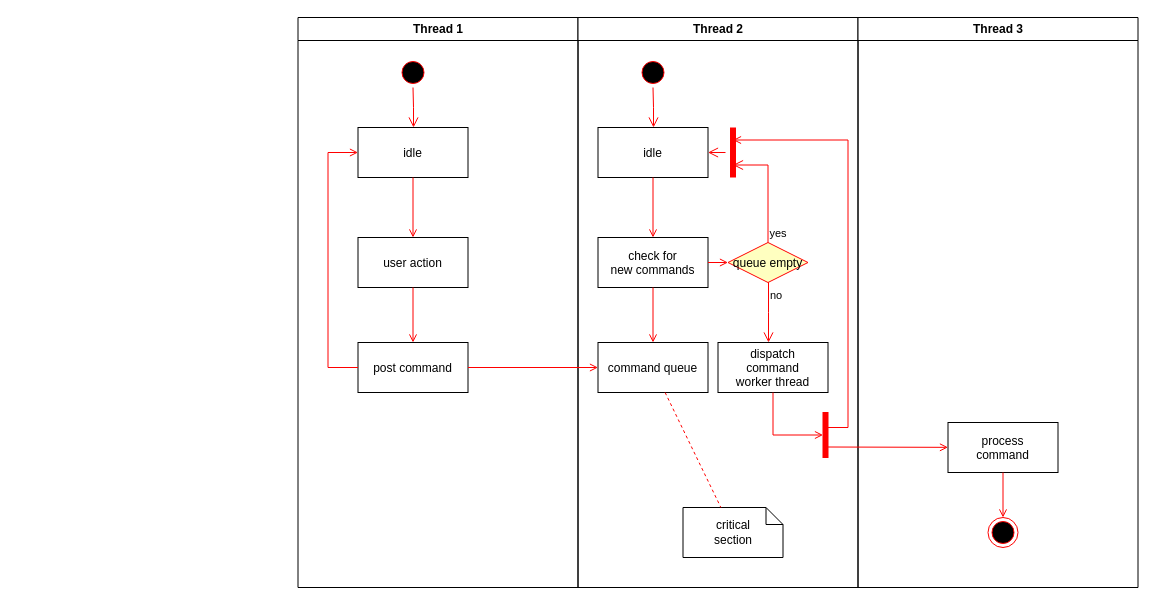
The draw.io diagram 活动图3.drawio in Lxlorange/drawio, before the edit. Source tidied: cells renumbered, new cells numbered last; positions are measured from the earlier drawing's top-left corner, leaving out a move shared by most shapes. Both pictures are drawn from the tidied source at 100%, with x=0, y=0 at pixel (297, 17).
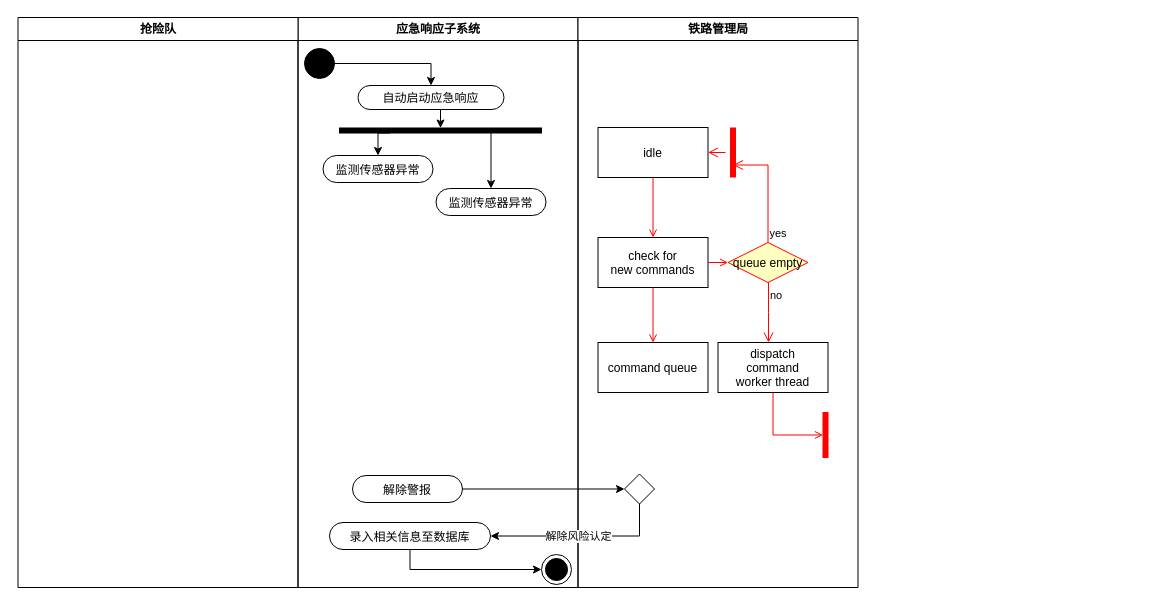
Above is the later version.

Unchanged cells that the change refers to:
```xml
<mxCell id="14" value="idle" parent="11" vertex="1">
  <mxGeometry x="20" y="110" width="110" height="50" as="geometry" />
</mxCell>
<mxCell id="17" value="command queue" parent="11" vertex="1">
  <mxGeometry x="20" y="325" width="110" height="50" as="geometry" />
</mxCell>
<mxCell id="23" style="shape=line;strokeWidth=6;strokeColor=#ff0000;rotation=90;" parent="11" vertex="1">
  <mxGeometry x="130" y="127.5" width="50" height="15" as="geometry" />
</mxCell>
```

What changed in the source:
```diff
@@
-    <mxCell id="2" value="Thread 1" style="swimlane;whiteSpace=wrap;" parent="1" vertex="1">
+    <mxCell id="2" value="应急响应子系统" style="swimlane;whiteSpace=wrap;startSize=23;" parent="1" vertex="1">
       <mxGeometry x="0.5" width="280" height="570" as="geometry" />
     </mxCell>
-    <mxCell id="3" style="ellipse;shape=startState;fillColor=#000000;strokeColor=#ff0000;" parent="2" vertex="1">
-      <mxGeometry x="100" y="40" width="30" height="30" as="geometry" />
-    </mxCell>
-    <mxCell id="4" style="edgeStyle=elbowEdgeStyle;elbow=horizontal;verticalAlign=bottom;endArrow=open;endSize=8;strokeColor=#FF0000;endFill=1;rounded=0;" parent="2" edge="1" source="3" target="5">
-      <mxGeometry x="100" y="40" as="geometry" />
-    </mxCell>
+    <mxCell id="37" style="edgeStyle=orthogonalEdgeStyle;rounded=0;jettySize=auto;html=1;exitX=0.5;exitY=1;exitDx=0;exitDy=0;entryX=0;entryY=0.5;entryDx=0;entryDy=0;" parent="2" edge="1" source="5" target="45">
+      <mxGeometry relative="1" as="geometry" />
+    </mxCell>
-    <mxCell id="5" value="idle" parent="2" vertex="1">
-      <mxGeometry x="60" y="110" width="110" height="50" as="geometry" />
+    <mxCell id="5" value="自动启动应急响应" style="rounded=1;arcSize=50;" parent="2" vertex="1">
+      <mxGeometry x="60" y="68" width="146" height="24" as="geometry" />
     </mxCell>
-    <mxCell id="6" value="user action" parent="2" vertex="1">
-      <mxGeometry x="60" y="220" width="110" height="50" as="geometry" />
-    </mxCell>
-    <mxCell id="7" style="endArrow=open;strokeColor=#FF0000;endFill=1;rounded=0;" parent="2" edge="1" source="5" target="6">
-      <mxGeometry relative="1" as="geometry" />
-    </mxCell>
-    <mxCell id="8" value="post command" parent="2" vertex="1">
-      <mxGeometry x="60" y="325" width="110" height="50" as="geometry" />
-    </mxCell>
-    <mxCell id="9" style="endArrow=open;strokeColor=#FF0000;endFill=1;rounded=0;" parent="2" edge="1" source="6" target="8">
-      <mxGeometry relative="1" as="geometry" />
-    </mxCell>
-    <mxCell id="10" style="edgeStyle=elbowEdgeStyle;elbow=horizontal;strokeColor=#FF0000;endArrow=open;endFill=1;rounded=0;" parent="2" edge="1" source="8" target="5">
-      <mxGeometry relative="1" as="geometry">
-        <Array as="points">
-          <mxPoint x="30" y="250" />
-        </Array>
-      </mxGeometry>
-    </mxCell>
+    <mxCell id="38" style="edgeStyle=orthogonalEdgeStyle;rounded=0;jettySize=auto;html=1;entryX=0.5;entryY=0;entryDx=0;entryDy=0;" parent="2" edge="1" source="39" target="5">
+      <mxGeometry relative="1" as="geometry" />
+    </mxCell>
+    <mxCell id="39" style="ellipse;whiteSpace=wrap;html=1;fillColor=#000000;" parent="2" vertex="1">
+      <mxGeometry x="6.5" y="31" width="30" height="30" as="geometry" />
+    </mxCell>
+    <mxCell id="34" style="ellipse;shape=endState;fillColor=#000000;strokeColor=#000000;" parent="2" vertex="1">
+      <mxGeometry x="243.5" y="537" width="30" height="30" as="geometry" />
+    </mxCell>
+    <mxCell id="40" value="解除警报" style="rounded=1;arcSize=50;" parent="2" vertex="1">
+      <mxGeometry x="54.5" y="458" width="110" height="27" as="geometry" />
+    </mxCell>
+    <mxCell id="41" style="edgeStyle=orthogonalEdgeStyle;rounded=0;jettySize=auto;html=1;exitX=0.5;exitY=1;exitDx=0;exitDy=0;entryX=0;entryY=0.5;entryDx=0;entryDy=0;" parent="2" edge="1" source="42" target="34">
+      <mxGeometry relative="1" as="geometry" />
+    </mxCell>
+    <mxCell id="42" value="录入相关信息至数据库" style="rounded=1;arcSize=50;" parent="2" vertex="1">
+      <mxGeometry x="31.5" y="505" width="161" height="27" as="geometry" />
+    </mxCell>
+    <mxCell id="30" value="抢险队" style="swimlane;whiteSpace=wrap;" parent="2" vertex="1">
+      <mxGeometry x="-280" width="280" height="570" as="geometry" />
+    </mxCell>
+    <mxCell id="43" style="edgeStyle=orthogonalEdgeStyle;rounded=0;jettySize=auto;html=1;exitX=1;exitY=0.25;exitDx=0;exitDy=0;entryX=0.5;entryY=0;entryDx=0;entryDy=0;" parent="2" edge="1" source="45" target="47">
+      <mxGeometry relative="1" as="geometry" />
+    </mxCell>
+    <mxCell id="44" style="edgeStyle=orthogonalEdgeStyle;rounded=0;jettySize=auto;html=1;exitX=1;exitY=0.75;exitDx=0;exitDy=0;entryX=0.5;entryY=0;entryDx=0;entryDy=0;" parent="2" edge="1" source="45" target="46">
+      <mxGeometry relative="1" as="geometry" />
+    </mxCell>
+    <mxCell id="45" style="whiteSpace=wrap;strokeColor=#000000;fillColor=#000000;rotation=90;" parent="2" vertex="1">
+      <mxGeometry x="140" y="12" width="5" height="202" as="geometry" />
+    </mxCell>
+    <mxCell id="46" value="监测传感器异常" style="rounded=1;arcSize=50;" parent="2" vertex="1">
+      <mxGeometry x="25" y="138" width="110" height="27" as="geometry" />
+    </mxCell>
+    <mxCell id="47" value="监测传感器异常" style="rounded=1;arcSize=50;" parent="2" vertex="1">
+      <mxGeometry x="138" y="171" width="110" height="27" as="geometry" />
+    </mxCell>
-    <mxCell id="11" value="Thread 2" style="swimlane;whiteSpace=wrap;" parent="1" vertex="1">
+    <mxCell id="11" value="铁路管理局" style="swimlane;whiteSpace=wrap;" parent="1" vertex="1">
       <mxGeometry x="280.5" width="280" height="570" as="geometry" />
     </mxCell>
-    <mxCell id="12" style="ellipse;shape=startState;fillColor=#000000;strokeColor=#ff0000;" parent="11" vertex="1">
-      <mxGeometry x="60" y="40" width="30" height="30" as="geometry" />
-    </mxCell>
-    <mxCell id="13" style="edgeStyle=elbowEdgeStyle;elbow=horizontal;verticalAlign=bottom;endArrow=open;endSize=8;strokeColor=#FF0000;endFill=1;rounded=0;" parent="11" edge="1" source="12" target="14">
-      <mxGeometry x="40" y="20" as="geometry" />
-    </mxCell>
@@
-    <mxCell id="26" value="critical&#10;section" style="shape=note;whiteSpace=wrap;size=17;" parent="11" vertex="1">
-      <mxGeometry x="105" y="490" width="100" height="50" as="geometry" />
-    </mxCell>
-    <mxCell id="27" style="endArrow=none;strokeColor=#FF0000;endFill=0;rounded=0;dashed=1;" parent="11" edge="1" source="17" target="26">
-      <mxGeometry relative="1" as="geometry" />
-    </mxCell>
@@
-    <mxCell id="30" value="Thread 3" style="swimlane;whiteSpace=wrap;" parent="1" vertex="1">
-      <mxGeometry x="560.5" width="280" height="570" as="geometry" />
-    </mxCell>
-    <mxCell id="31" value="process&#10;command" parent="30" vertex="1">
-      <mxGeometry x="90" y="405" width="110" height="50" as="geometry" />
-    </mxCell>
-    <mxCell id="32" style="edgeStyle=elbowEdgeStyle;elbow=horizontal;strokeColor=#FF0000;endArrow=open;endFill=1;rounded=0;entryX=0.25;entryY=0.5;entryPerimeter=0;" parent="30" edge="1" target="23">
-      <mxGeometry relative="1" as="geometry">
-        <mxPoint x="-30" y="410" as="sourcePoint" />
-        <Array as="points">
-          <mxPoint x="-10" y="135" />
-        </Array>
-      </mxGeometry>
-    </mxCell>
-    <mxCell id="33" style="edgeStyle=none;strokeColor=#FF0000;endArrow=open;endFill=1;rounded=0;" parent="30" edge="1" target="31">
-      <mxGeometry relative="1" as="geometry">
-        <mxPoint x="-30" y="429.5" as="sourcePoint" />
-      </mxGeometry>
-    </mxCell>
-    <mxCell id="34" style="ellipse;shape=endState;fillColor=#000000;strokeColor=#ff0000;" parent="30" vertex="1">
-      <mxGeometry x="130" y="500" width="30" height="30" as="geometry" />
-    </mxCell>
-    <mxCell id="35" style="endArrow=open;strokeColor=#FF0000;endFill=1;rounded=0;" parent="30" edge="1" source="31" target="34">
-      <mxGeometry relative="1" as="geometry" />
-    </mxCell>
-    <mxCell id="36" style="endArrow=open;strokeColor=#FF0000;endFill=1;rounded=0;" parent="1" edge="1" source="8" target="17">
-      <mxGeometry relative="1" as="geometry" />
-    </mxCell>
+    <mxCell id="48" style="rhombus;whiteSpace=wrap;html=1;" parent="11" vertex="1">
+      <mxGeometry x="46.5" y="456.5" width="30" height="30" as="geometry" />
+    </mxCell>
+    <mxCell id="49" style="edgeStyle=orthogonalEdgeStyle;rounded=0;jettySize=auto;html=1;entryX=0;entryY=0.5;entryDx=0;entryDy=0;" parent="1" edge="1" source="40" target="48">
+      <mxGeometry relative="1" as="geometry" />
+    </mxCell>
+    <mxCell id="50" style="edgeStyle=orthogonalEdgeStyle;rounded=0;jettySize=auto;html=1;exitX=0.5;exitY=1;exitDx=0;exitDy=0;entryX=1;entryY=0.5;entryDx=0;entryDy=0;" parent="1" edge="1" source="48" target="42">
+      <mxGeometry relative="1" as="geometry" />
+    </mxCell>
+    <mxCell id="51" value="解除风险认定" style="edgeLabel;html=1;align=center;verticalAlign=middle;" parent="50" vertex="1">
+      <mxGeometry x="-0.11" y="-2" relative="1" as="geometry">
+        <mxPoint x="-13" y="2" as="offset" />
+      </mxGeometry>
+    </mxCell>
```
